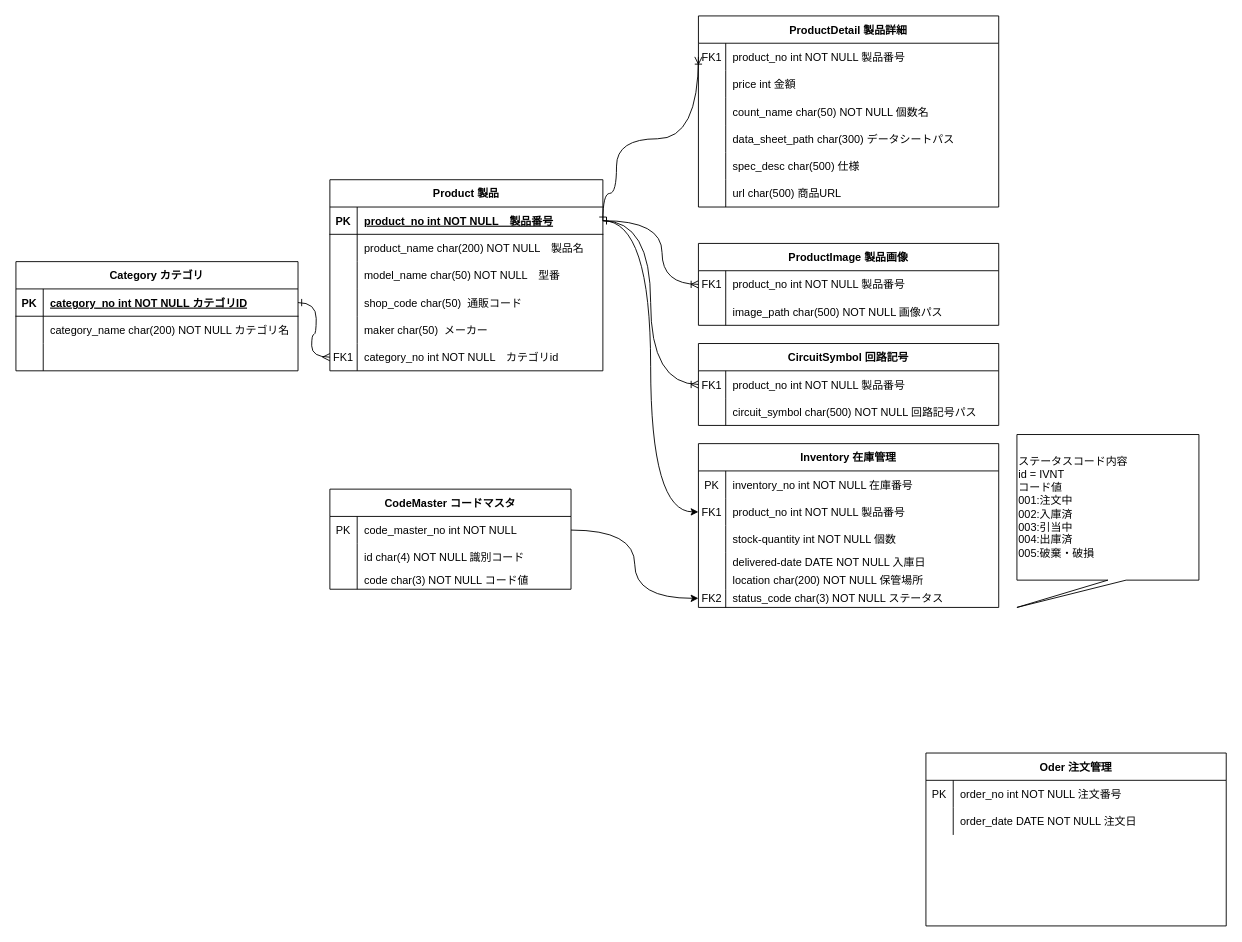
The draw.io diagram 電子部品管理.drawio in DJ956/Electronic-Parts-Inventory-Management-System, before the edit. Source tidied: cells renumbered, new cells numbered last; positions are measured from the earlier drawing's top-left corner, leaving out a move shared by most shapes. Both pictures are drawn from the tidied source at 91%, with x=0, y=0 at pixel (15, 15).
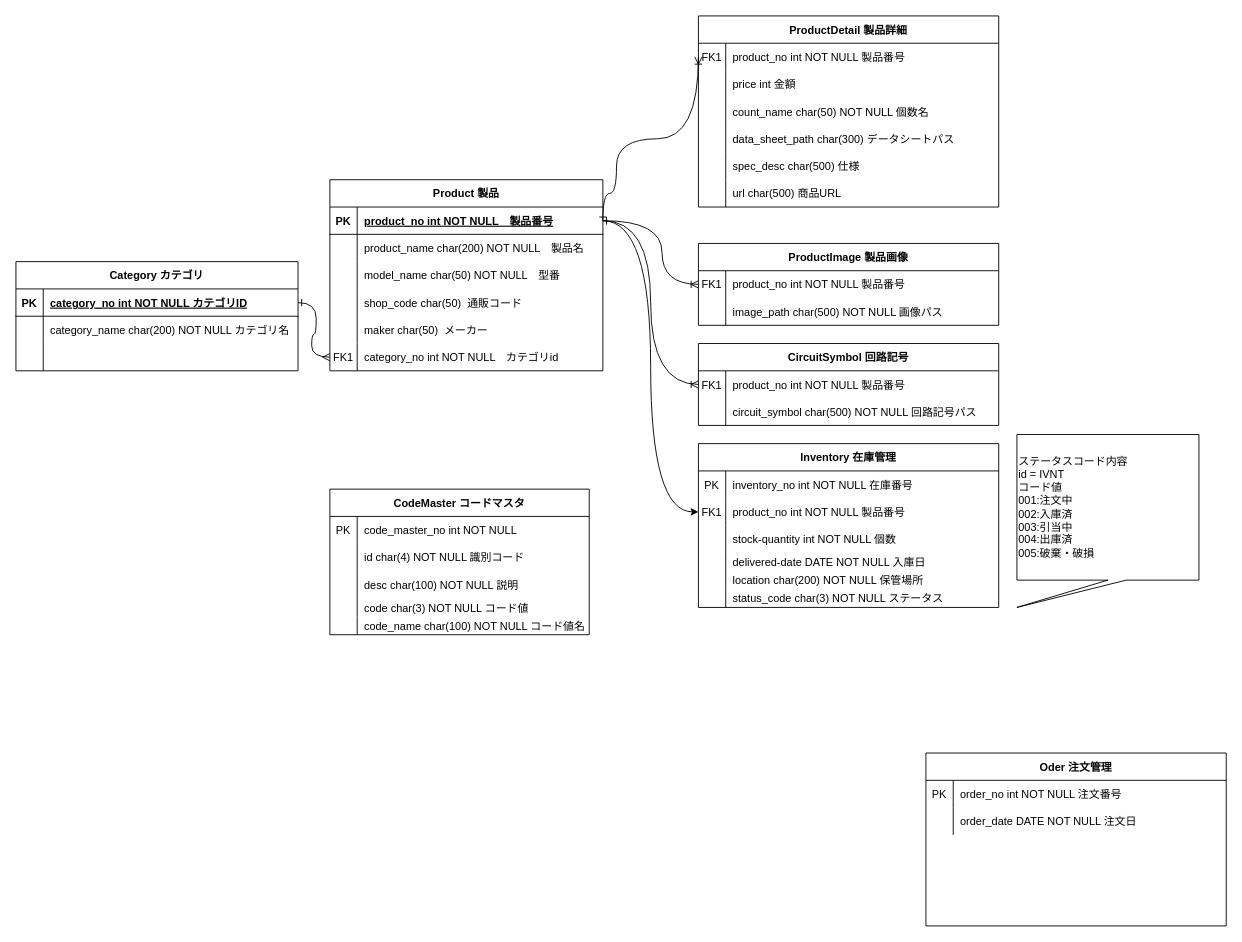
The same page after the edit.

The change refers to these unchanged cells:
```xml
<mxCell id="91" style="shape=partialRectangle;fillColor=none;points=[[0,0.5],[1,0.5]];portConstraint=eastwest;top=0;left=0;right=0;bottom=0;" parent="75" vertex="1">
  <mxGeometry y="160" width="330" height="20" as="geometry" />
</mxCell>
```

Diff of the diagram source:
```diff
@@
-    <mxCell id="92" value="FK2" style="shape=partialRectangle;overflow=hidden;fillColor=none;top=0;left=0;bottom=0;right=0;" parent="91" vertex="1">
+    <mxCell id="92" style="shape=partialRectangle;overflow=hidden;fillColor=none;top=0;left=0;bottom=0;right=0;" parent="91" vertex="1">
       <mxGeometry width="30" height="20" as="geometry" />
     </mxCell>
@@
     <mxCell id="95" value="CodeMaster コードマスタ" style="shape=table;startSize=30;childLayout=tableLayout;rowLines=0;fontStyle=1;align=center;" parent="1" vertex="1">
-      <mxGeometry x="345" y="520" width="265" height="110" as="geometry" />
+      <mxGeometry x="345" y="520" width="285" height="160" as="geometry" />
     </mxCell>
     <mxCell id="96" style="shape=partialRectangle;fillColor=none;points=[[0,0.5],[1,0.5]];portConstraint=eastwest;top=0;left=0;right=0;bottom=0;" parent="95" vertex="1">
-      <mxGeometry y="30" width="265" height="30" as="geometry" />
+      <mxGeometry y="30" width="285" height="30" as="geometry" />
     </mxCell>
@@
     <mxCell id="98" value="code_master_no int NOT NULL" style="shape=partialRectangle;overflow=hidden;fillColor=none;top=0;left=0;bottom=0;right=0;align=left;spacingLeft=6;" parent="96" vertex="1">
-      <mxGeometry x="30" width="235" height="30" as="geometry" />
+      <mxGeometry x="30" width="255" height="30" as="geometry" />
     </mxCell>
     <mxCell id="99" style="shape=partialRectangle;fillColor=none;top=0;left=0;right=0;bottom=0;" parent="95" vertex="1">
-      <mxGeometry y="60" width="265" height="30" as="geometry" />
+      <mxGeometry y="60" width="285" height="30" as="geometry" />
     </mxCell>
@@
     <mxCell id="101" value="id char(4) NOT NULL 識別コード" style="shape=partialRectangle;overflow=hidden;fillColor=none;top=0;left=0;bottom=0;right=0;align=left;spacingLeft=6;" parent="99" vertex="1">
-      <mxGeometry x="30" width="235" height="30" as="geometry" />
+      <mxGeometry x="30" width="255" height="30" as="geometry" />
     </mxCell>
+    <mxCell id="107" style="shape=partialRectangle;fillColor=none;top=0;left=0;right=0;bottom=0;" parent="95" vertex="1">
+      <mxGeometry y="90" width="285" height="30" as="geometry" />
+    </mxCell>
+    <mxCell id="108" style="shape=partialRectangle;overflow=hidden;fillColor=none;top=0;left=0;bottom=0;right=0;" parent="107" vertex="1">
+      <mxGeometry width="30" height="30" as="geometry" />
+    </mxCell>
+    <mxCell id="109" value="desc char(100) NOT NULL 説明" style="shape=partialRectangle;overflow=hidden;fillColor=none;top=0;left=0;bottom=0;right=0;align=left;spacingLeft=6;" parent="107" vertex="1">
+      <mxGeometry x="30" width="255" height="30" as="geometry" />
+    </mxCell>
     <mxCell id="102" style="shape=partialRectangle;fillColor=none;top=0;left=0;right=0;bottom=0;" parent="95" vertex="1">
-      <mxGeometry y="90" width="265" height="20" as="geometry" />
+      <mxGeometry y="120" width="285" height="20" as="geometry" />
     </mxCell>
@@
     <mxCell id="104" value="code char(3) NOT NULL コード値" style="shape=partialRectangle;overflow=hidden;fillColor=none;top=0;left=0;bottom=0;right=0;align=left;spacingLeft=6;" parent="102" vertex="1">
-      <mxGeometry x="30" width="235" height="20" as="geometry" />
+      <mxGeometry x="30" width="255" height="20" as="geometry" />
     </mxCell>
-    <mxCell id="105" style="edgeStyle=orthogonalEdgeStyle;curved=1;jettySize=auto;html=1;" parent="1" edge="1" source="96" target="91">
-      <mxGeometry relative="1" as="geometry" />
-    </mxCell>
+    <mxCell id="110" style="shape=partialRectangle;fillColor=none;top=0;left=0;right=0;bottom=0;" parent="95" vertex="1">
+      <mxGeometry y="140" width="285" height="20" as="geometry" />
+    </mxCell>
+    <mxCell id="111" style="shape=partialRectangle;overflow=hidden;fillColor=none;top=0;left=0;bottom=0;right=0;" parent="110" vertex="1">
+      <mxGeometry width="30" height="20" as="geometry" />
+    </mxCell>
+    <mxCell id="112" value="code_name char(100) NOT NULL コード値名" style="shape=partialRectangle;overflow=hidden;fillColor=none;top=0;left=0;bottom=0;right=0;align=left;spacingLeft=6;" parent="110" vertex="1">
+      <mxGeometry x="30" width="255" height="20" as="geometry" />
+    </mxCell>
```
